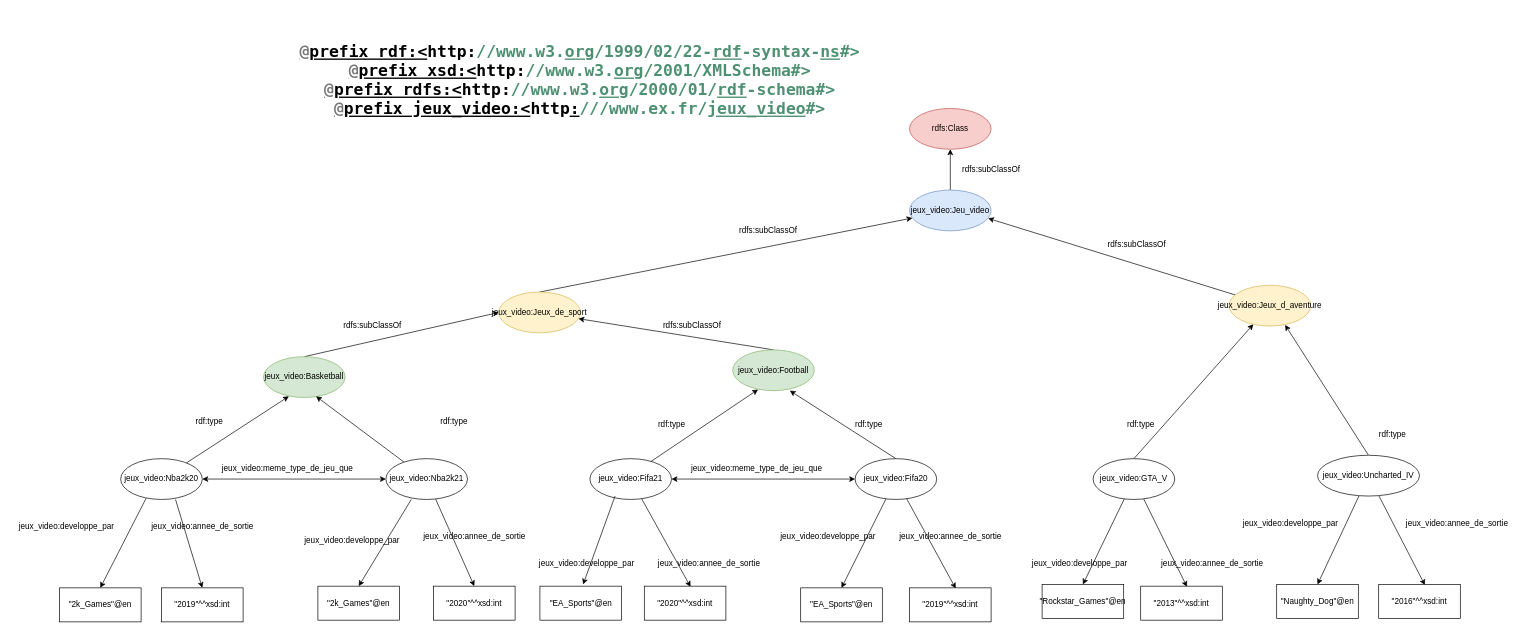
Before: page "Page-3" (2 of 5) of IHM (3).drawio in steven-azar/IHM, a draw.io diagram. Source tidied: cells renumbered, new cells numbered last; positions are measured from the earlier drawing's top-left corner, leaving out a move shared by most shapes. Both pictures are drawn from the tidied source at 68%, with x=0, y=0 at pixel (12, 42).
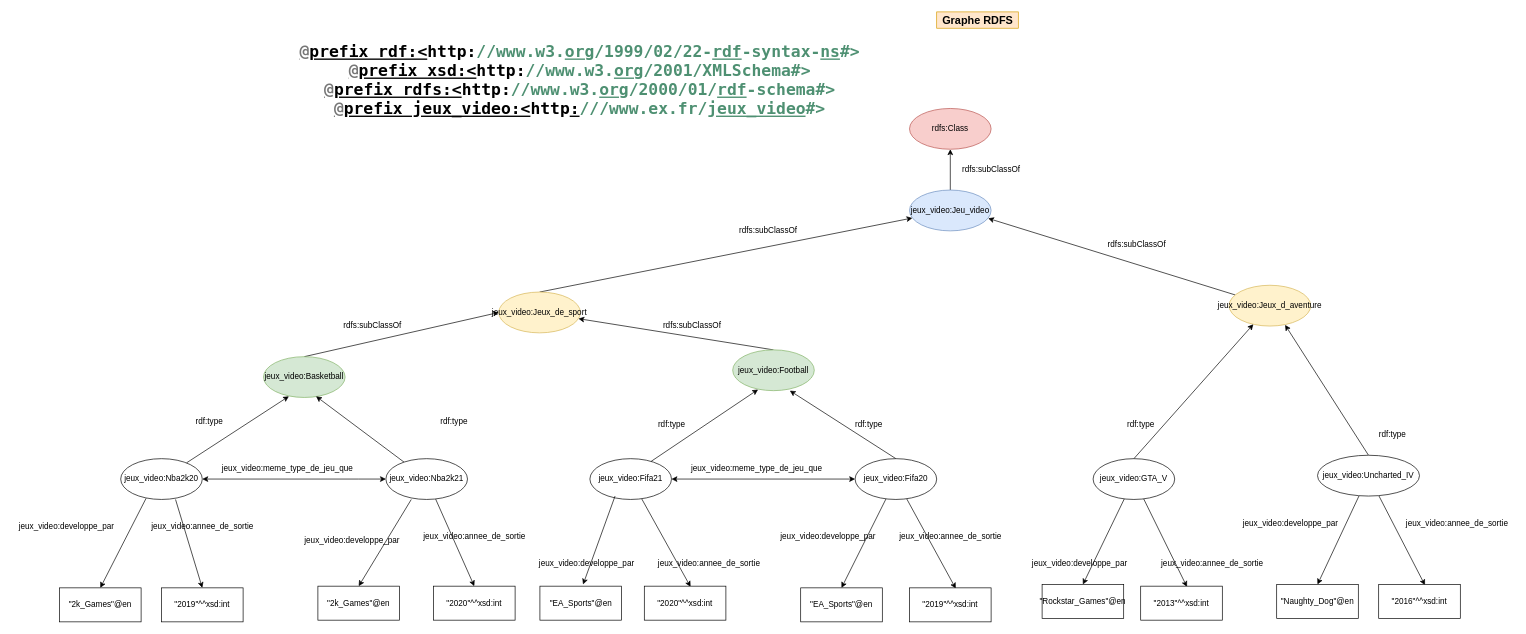
After the change.

The edit, as a diff of the source:
```diff
@@
+    <mxCell id="77" value="&lt;font style=&quot;font-size: 16px&quot;&gt;Graphe RDFS&lt;/font&gt;" style="text;html=1;align=center;verticalAlign=middle;strokeColor=#d79b00;fillColor=#ffe6cc;fontStyle=1;" parent="1" vertex="1">
+      <mxGeometry x="1360" y="-45" width="120" height="24" as="geometry" />
+    </mxCell>
```
